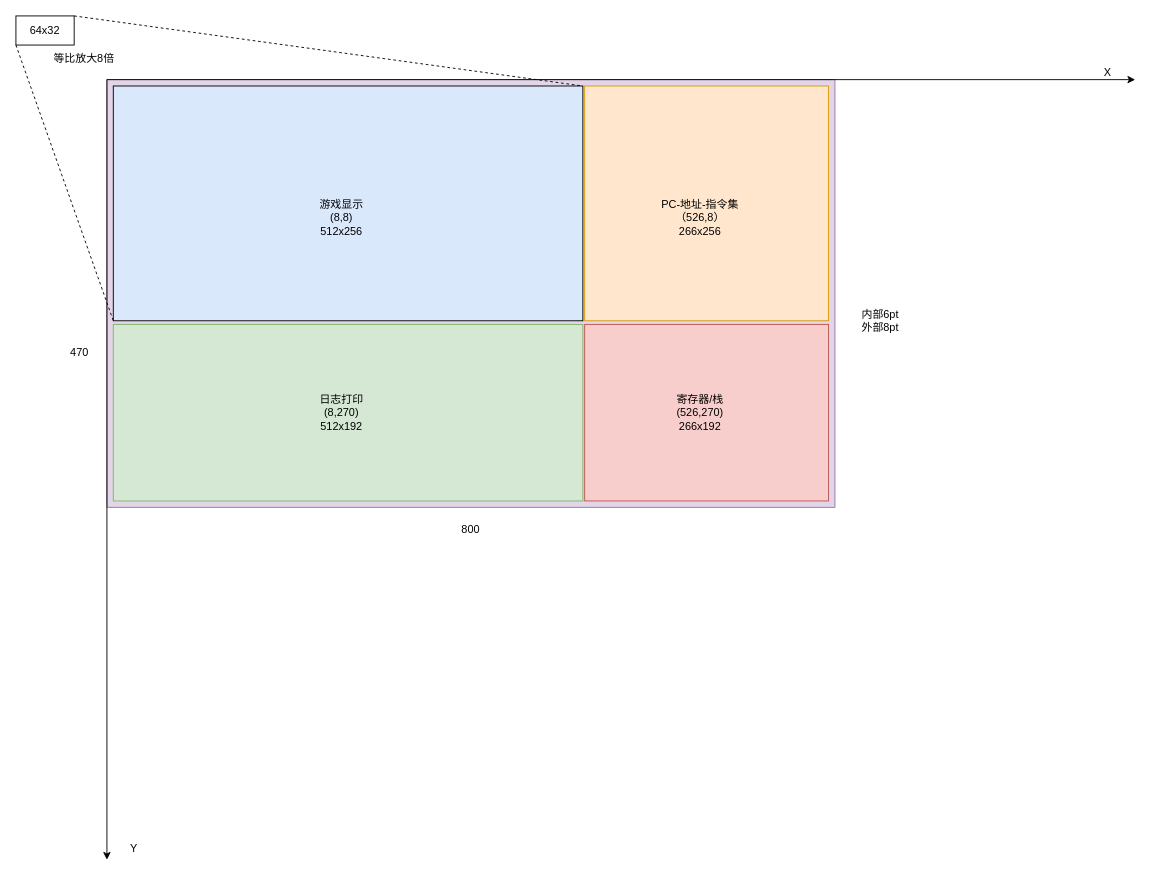
Earlier version of the draw.io diagram page "展示" (1 of 3) of docs/chip8.drawio (HLhuanglang/chip8). Source tidied: cells renumbered, new cells numbered last; positions are measured from the earlier drawing's top-left corner, leaving out a move shared by most shapes. Both pictures are drawn from the tidied source at 91%, with x=0, y=0 at pixel (15, 15).
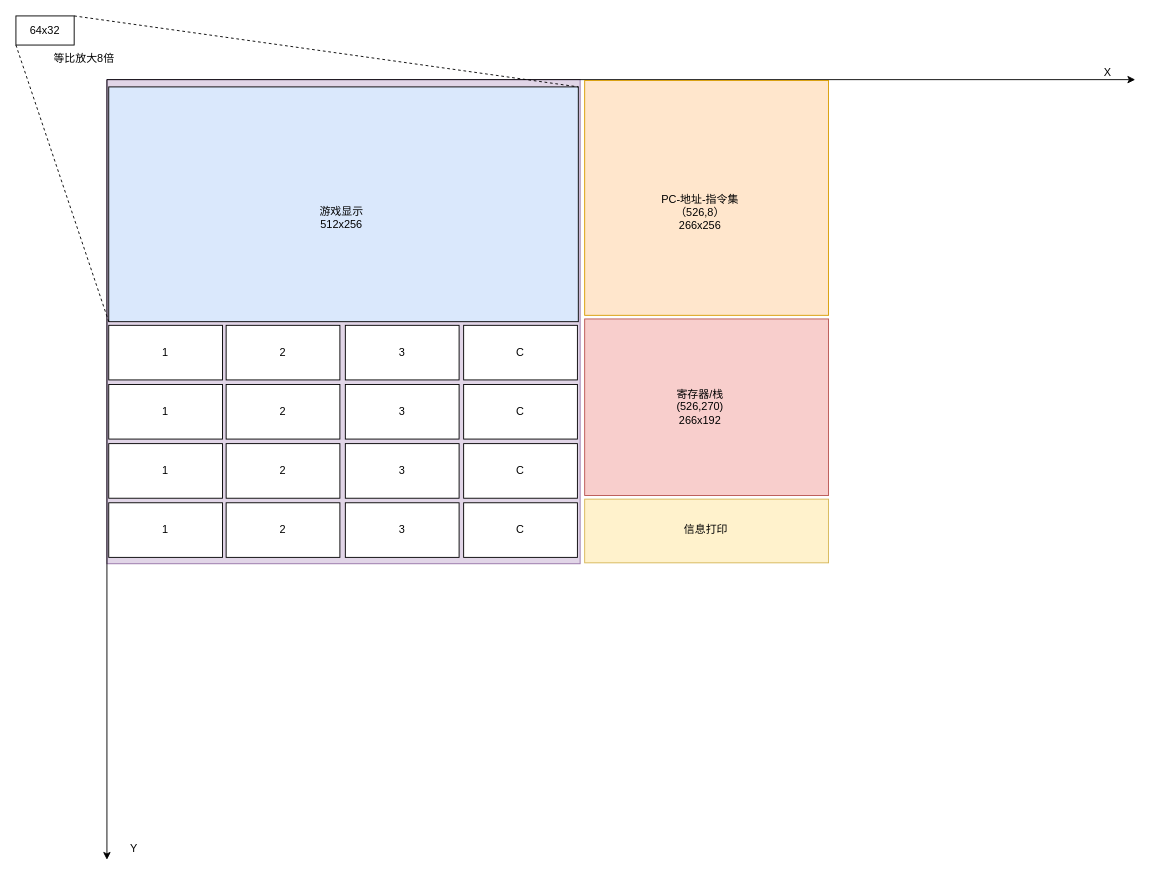
The same diagram, later.

Commit message (it also covers changes not shown here):
docs：修改结构样式，信息栏外挂.

Diff of the diagram source:
```diff
@@
     <mxCell id="2" style="rounded=0;whiteSpace=wrap;html=1;fontSize=12;fillColor=#e1d5e7;strokeColor=#9673a6;" parent="1" vertex="1">
-      <mxGeometry x="100" y="70" width="800" height="470" as="geometry" />
+      <mxGeometry x="100" y="70" width="520" height="532" as="geometry" />
     </mxCell>
     <mxCell id="3" style="rounded=0;whiteSpace=wrap;html=1;strokeColor=#000000;fontSize=12;fillColor=#dae8fc;" parent="1" vertex="1">
-      <mxGeometry x="107" y="77" width="516" height="258" as="geometry" />
+      <mxGeometry x="102" y="78" width="516" height="258" as="geometry" />
     </mxCell>
-    <mxCell id="4" style="rounded=0;whiteSpace=wrap;html=1;strokeColor=#82b366;fontSize=12;fillColor=#d5e8d4;" parent="1" vertex="1">
-      <mxGeometry x="107" y="339" width="516" height="194" as="geometry" />
-    </mxCell>
-    <mxCell id="5" style="rounded=0;whiteSpace=wrap;html=1;strokeColor=#d79b00;fontSize=12;fillColor=#ffe6cc;" parent="1" vertex="1">
-      <mxGeometry x="625" y="77" width="268" height="258" as="geometry" />
-    </mxCell>
-    <mxCell id="6" style="rounded=0;whiteSpace=wrap;html=1;strokeColor=#b85450;fontSize=12;fillColor=#f8cecc;" parent="1" vertex="1">
-      <mxGeometry x="625" y="339" width="268" height="194" as="geometry" />
-    </mxCell>
-    <mxCell id="7" value="游戏显示(8,8)&lt;div&gt;512x256&lt;/div&gt;" style="text;html=1;align=center;verticalAlign=middle;whiteSpace=wrap;rounded=0;" parent="1" vertex="1">
+    <mxCell id="7" value="游戏显示&lt;div&gt;512x256&lt;/div&gt;" style="text;html=1;align=center;verticalAlign=middle;whiteSpace=wrap;rounded=0;" parent="1" vertex="1">
       <mxGeometry x="328" y="207" width="60" height="30" as="geometry" />
     </mxCell>
-    <mxCell id="8" value="PC-地址-指令集&lt;div&gt;&lt;font color=&quot;#000000&quot;&gt;（526,8）&lt;br&gt;&lt;/font&gt;&lt;div&gt;266x256&lt;/div&gt;&lt;/div&gt;" style="text;html=1;align=center;verticalAlign=middle;whiteSpace=wrap;rounded=0;" parent="1" vertex="1">
-      <mxGeometry x="708" y="207" width="88" height="30" as="geometry" />
-    </mxCell>
-    <mxCell id="9" value="800" style="text;html=1;align=center;verticalAlign=middle;whiteSpace=wrap;rounded=0;" parent="1" vertex="1">
-      <mxGeometry x="470" y="550" width="60" height="30" as="geometry" />
-    </mxCell>
-    <mxCell id="10" value="470" style="text;html=1;align=center;verticalAlign=middle;whiteSpace=wrap;rounded=0;" parent="1" vertex="1">
-      <mxGeometry x="40" y="355" width="60" height="30" as="geometry" />
-    </mxCell>
@@
-    <mxCell id="19" value="日志打印&lt;div&gt;&lt;font color=&quot;#000000&quot;&gt;(8,270)&lt;br&gt;&lt;/font&gt;&lt;div&gt;512x192&lt;/div&gt;&lt;/div&gt;" style="text;html=1;align=center;verticalAlign=middle;whiteSpace=wrap;rounded=0;" parent="1" vertex="1">
-      <mxGeometry x="328" y="421" width="60" height="30" as="geometry" />
-    </mxCell>
+    <mxCell id="22" value="1" style="rounded=0;whiteSpace=wrap;html=1;" parent="1" vertex="1">
+      <mxGeometry x="102" y="340" width="125" height="60" as="geometry" />
+    </mxCell>
+    <mxCell id="23" value="2" style="rounded=0;whiteSpace=wrap;html=1;" parent="1" vertex="1">
+      <mxGeometry x="231" y="340" width="125" height="60" as="geometry" />
+    </mxCell>
+    <mxCell id="24" value="3" style="rounded=0;whiteSpace=wrap;html=1;" parent="1" vertex="1">
+      <mxGeometry x="362" y="340" width="125" height="60" as="geometry" />
+    </mxCell>
+    <mxCell id="25" value="C" style="rounded=0;whiteSpace=wrap;html=1;" parent="1" vertex="1">
+      <mxGeometry x="492" y="340" width="125" height="60" as="geometry" />
+    </mxCell>
+    <mxCell id="26" style="rounded=0;whiteSpace=wrap;html=1;strokeColor=#d79b00;fontSize=12;fillColor=#ffe6cc;" parent="1" vertex="1">
+      <mxGeometry x="625" y="71" width="268" height="258" as="geometry" />
+    </mxCell>
+    <mxCell id="27" style="rounded=0;whiteSpace=wrap;html=1;strokeColor=#b85450;fontSize=12;fillColor=#f8cecc;" parent="1" vertex="1">
+      <mxGeometry x="625" y="333" width="268" height="194" as="geometry" />
+    </mxCell>
+    <mxCell id="8" value="PC-地址-指令集&lt;div&gt;&lt;font color=&quot;#000000&quot;&gt;（526,8）&lt;br&gt;&lt;/font&gt;&lt;div&gt;266x256&lt;/div&gt;&lt;/div&gt;" style="text;html=1;align=center;verticalAlign=middle;whiteSpace=wrap;rounded=0;" parent="1" vertex="1">
+      <mxGeometry x="708" y="201" width="88" height="30" as="geometry" />
+    </mxCell>
     <mxCell id="20" value="寄存器/栈&lt;div&gt;&lt;font color=&quot;#000000&quot;&gt;(526,270)&lt;br&gt;&lt;/font&gt;&lt;div&gt;266x192&lt;/div&gt;&lt;/div&gt;" style="text;html=1;align=center;verticalAlign=middle;whiteSpace=wrap;rounded=0;" parent="1" vertex="1">
-      <mxGeometry x="722" y="421" width="60" height="30" as="geometry" />
+      <mxGeometry x="722" y="415" width="60" height="30" as="geometry" />
     </mxCell>
-    <mxCell id="21" value="内部6pt&lt;div&gt;外部8pt&lt;/div&gt;" style="text;html=1;align=center;verticalAlign=middle;whiteSpace=wrap;rounded=0;" parent="1" vertex="1">
-      <mxGeometry x="920" y="320" width="60" height="30" as="geometry" />
-    </mxCell>
+    <mxCell id="28" style="rounded=0;whiteSpace=wrap;html=1;strokeColor=#d6b656;fontSize=12;fillColor=#fff2cc;" parent="1" vertex="1">
+      <mxGeometry x="625" y="531" width="268" height="70" as="geometry" />
+    </mxCell>
+    <mxCell id="29" value="信息打印" style="text;html=1;align=center;verticalAlign=middle;whiteSpace=wrap;rounded=0;" parent="1" vertex="1">
+      <mxGeometry x="719" y="550" width="79" height="30" as="geometry" />
+    </mxCell>
+    <mxCell id="30" value="1" style="rounded=0;whiteSpace=wrap;html=1;" parent="1" vertex="1">
+      <mxGeometry x="102" y="405" width="125" height="60" as="geometry" />
+    </mxCell>
+    <mxCell id="31" value="2" style="rounded=0;whiteSpace=wrap;html=1;" parent="1" vertex="1">
+      <mxGeometry x="231" y="405" width="125" height="60" as="geometry" />
+    </mxCell>
+    <mxCell id="32" value="3" style="rounded=0;whiteSpace=wrap;html=1;" parent="1" vertex="1">
+      <mxGeometry x="362" y="405" width="125" height="60" as="geometry" />
+    </mxCell>
+    <mxCell id="33" value="C" style="rounded=0;whiteSpace=wrap;html=1;" parent="1" vertex="1">
+      <mxGeometry x="492" y="405" width="125" height="60" as="geometry" />
+    </mxCell>
+    <mxCell id="34" value="1" style="rounded=0;whiteSpace=wrap;html=1;" parent="1" vertex="1">
+      <mxGeometry x="102" y="470" width="125" height="60" as="geometry" />
+    </mxCell>
+    <mxCell id="35" value="2" style="rounded=0;whiteSpace=wrap;html=1;" parent="1" vertex="1">
+      <mxGeometry x="231" y="470" width="125" height="60" as="geometry" />
+    </mxCell>
+    <mxCell id="36" value="3" style="rounded=0;whiteSpace=wrap;html=1;" parent="1" vertex="1">
+      <mxGeometry x="362" y="470" width="125" height="60" as="geometry" />
+    </mxCell>
+    <mxCell id="37" value="C" style="rounded=0;whiteSpace=wrap;html=1;" parent="1" vertex="1">
+      <mxGeometry x="492" y="470" width="125" height="60" as="geometry" />
+    </mxCell>
+    <mxCell id="38" value="1" style="rounded=0;whiteSpace=wrap;html=1;" parent="1" vertex="1">
+      <mxGeometry x="102" y="535" width="125" height="60" as="geometry" />
+    </mxCell>
+    <mxCell id="39" value="2" style="rounded=0;whiteSpace=wrap;html=1;" parent="1" vertex="1">
+      <mxGeometry x="231" y="535" width="125" height="60" as="geometry" />
+    </mxCell>
+    <mxCell id="40" value="3" style="rounded=0;whiteSpace=wrap;html=1;" parent="1" vertex="1">
+      <mxGeometry x="362" y="535" width="125" height="60" as="geometry" />
+    </mxCell>
+    <mxCell id="41" value="C" style="rounded=0;whiteSpace=wrap;html=1;" parent="1" vertex="1">
+      <mxGeometry x="492" y="535" width="125" height="60" as="geometry" />
+    </mxCell>
```
